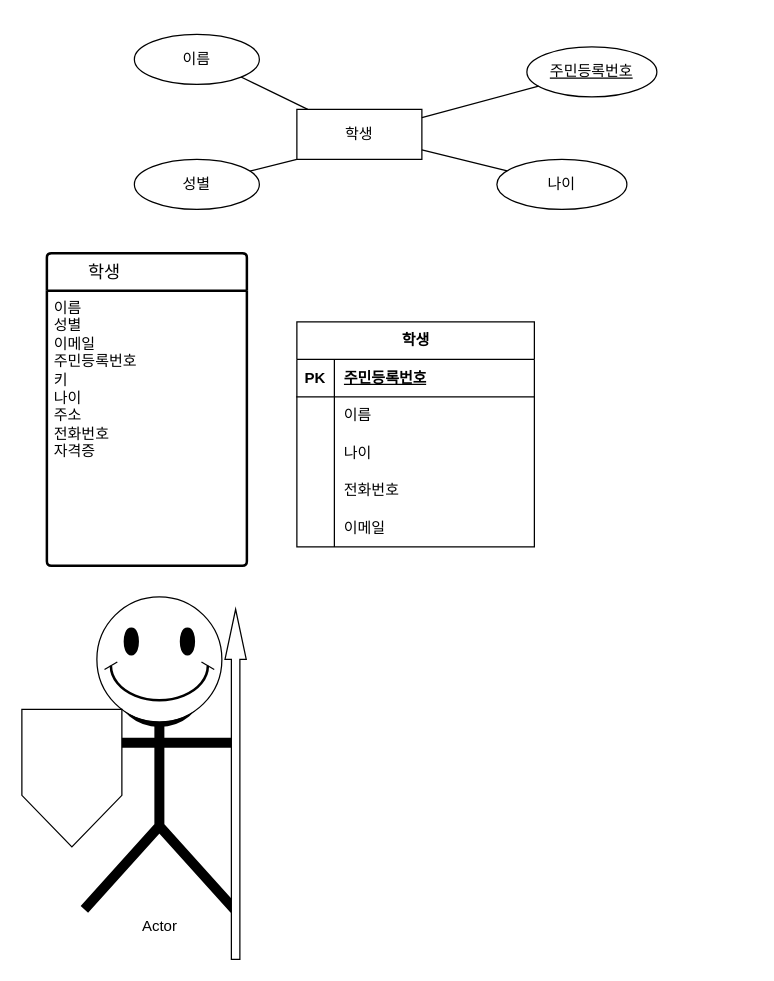
The draw.io diagram mysql.drawio in Joowoogun/Bigdata, before the edit. Source tidied: cells renumbered, new cells numbered last; positions are measured from the earlier drawing's top-left corner, leaving out a move shared by most shapes. Both pictures are drawn from the tidied source at 125%, with x=0, y=0 at pixel (21, 34).
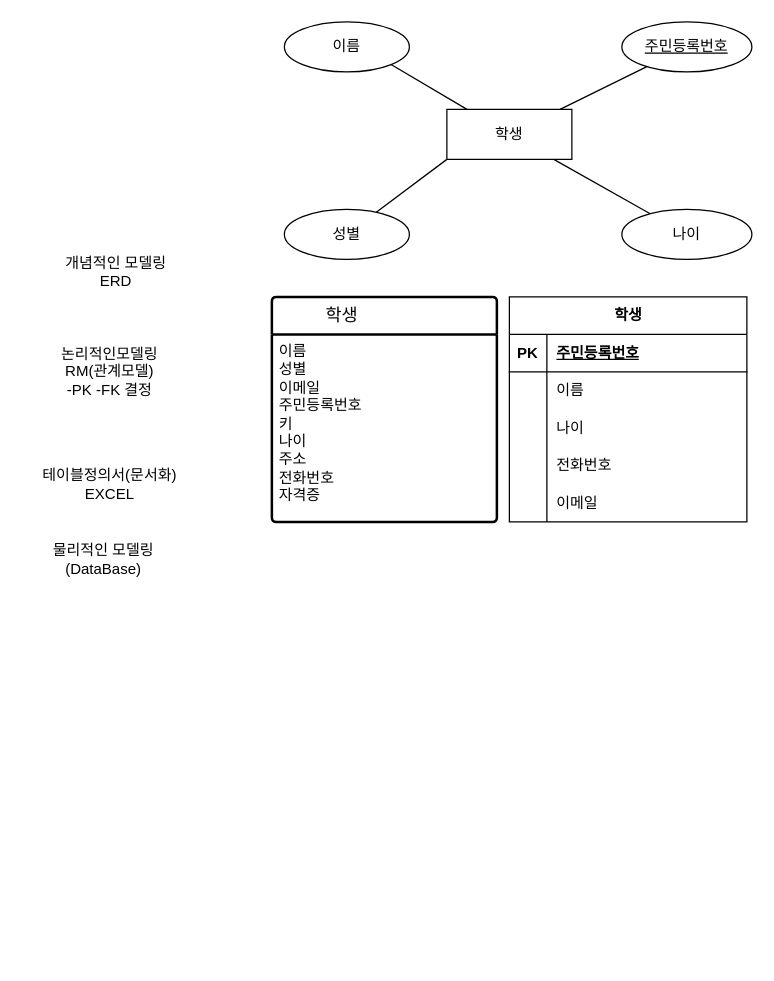
Above is the later version.

Diff of the diagram source:
```diff
@@
     <mxCell id="2" value="나이" style="ellipse;whiteSpace=wrap;html=1;align=center;" parent="1" vertex="1">
-      <mxGeometry x="380" y="100" width="104" height="40" as="geometry" />
+      <mxGeometry x="480" y="140" width="104" height="40" as="geometry" />
     </mxCell>
     <mxCell id="3" value="주민등록번호" style="ellipse;whiteSpace=wrap;html=1;align=center;fontStyle=4;" parent="1" vertex="1">
-      <mxGeometry x="404" y="10" width="104" height="40" as="geometry" />
+      <mxGeometry x="480" y="-10" width="104" height="40" as="geometry" />
     </mxCell>
     <mxCell id="4" value="학생&lt;span style=&quot;white-space: pre;&quot;&gt;&#9;&lt;/span&gt;&lt;span style=&quot;white-space: pre;&quot;&gt;&#9;&lt;/span&gt;&lt;span style=&quot;white-space: pre;&quot;&gt;&#9;&lt;/span&gt;" style="swimlane;horizontal=1;startSize=30;rounded=1;fontSize=14;fontStyle=0;strokeWidth=2;shadow=0;dashed=0;align=center;arcSize=4;whiteSpace=wrap;html=1;" parent="1" vertex="1">
-      <mxGeometry x="20" y="175" width="160" height="250" as="geometry" />
+      <mxGeometry x="200" y="210" width="180" height="180" as="geometry" />
     </mxCell>
     <mxCell id="5" value="이름&lt;br&gt;성별&lt;br&gt;이메일&lt;br&gt;주민등록번호&lt;br&gt;키&lt;br&gt;나이&lt;br&gt;주소&lt;br&gt;전화번호&lt;br&gt;자격증" style="align=left;strokeColor=none;fillColor=none;spacingLeft=4;fontSize=12;verticalAlign=top;html=1;" parent="4" vertex="1">
-      <mxGeometry y="30" width="160" height="220" as="geometry" />
+      <mxGeometry y="30" width="180" height="150" as="geometry" />
     </mxCell>
     <mxCell id="6" value="성별" style="ellipse;whiteSpace=wrap;html=1;align=center;" parent="1" vertex="1">
-      <mxGeometry x="90" y="100" width="100" height="40" as="geometry" />
+      <mxGeometry x="210" y="140" width="100" height="40" as="geometry" />
     </mxCell>
     <mxCell id="7" value="학생" style="shape=table;startSize=30;childLayout=tableLayout;rowLines=0;fontStyle=1;align=center;html=1;" parent="1" vertex="1">
-      <mxGeometry x="220" y="230" width="190" height="180" as="geometry" />
+      <mxGeometry x="390" y="210" width="190" height="180" as="geometry" />
     </mxCell>
@@
     <mxCell id="23" value="학생" style="whiteSpace=wrap;html=1;align=center;" parent="1" vertex="1">
-      <mxGeometry x="220" y="60" width="100" height="40" as="geometry" />
+      <mxGeometry x="340" y="60" width="100" height="40" as="geometry" />
     </mxCell>
     <mxCell id="24" value="이름" style="ellipse;whiteSpace=wrap;html=1;align=center;" parent="1" vertex="1">
-      <mxGeometry x="90" width="100" height="40" as="geometry" />
+      <mxGeometry x="210" y="-10" width="100" height="40" as="geometry" />
     </mxCell>
@@
-    <mxCell id="29" style="group;" parent="1" vertex="1">
-      <mxGeometry y="450" width="179.5" height="290" as="geometry" />
-    </mxCell>
-    <mxCell id="30" style="group;" parent="29" vertex="1">
-      <mxGeometry x="50" width="120" height="250" as="geometry" />
-    </mxCell>
-    <mxCell id="31" value="Actor" style="shape=umlActor;verticalLabelPosition=bottom;verticalAlign=top;html=1;strokeWidth=8;" parent="30" vertex="1">
-      <mxGeometry y="50" width="120" height="200" as="geometry" />
-    </mxCell>
-    <mxCell id="32" style="verticalLabelPosition=bottom;verticalAlign=top;html=1;shape=mxgraph.basic.smiley;" parent="30" vertex="1">
-      <mxGeometry x="10" width="100" height="100" as="geometry" />
-    </mxCell>
-    <mxCell id="33" style="html=1;shadow=0;dashed=0;align=center;verticalAlign=middle;shape=mxgraph.arrows2.arrow;dy=0.6;dx=40;direction=north;notch=0;" parent="29" vertex="1">
-      <mxGeometry x="162.5" y="10" width="17" height="280" as="geometry" />
-    </mxCell>
-    <mxCell id="34" style="shape=offPageConnector;whiteSpace=wrap;html=1;" parent="29" vertex="1">
-      <mxGeometry y="90" width="80" height="110" as="geometry" />
-    </mxCell>
+    <mxCell id="35" value="테이블정의서(문서화)&lt;br&gt;EXCEL&lt;br&gt;" style="text;html=1;align=center;verticalAlign=middle;strokeColor=none;fillColor=none;strokeWidth=1;" parent="1" vertex="1">
+      <mxGeometry y="340" width="140" height="40" as="geometry" />
+    </mxCell>
+    <mxCell id="36" value="논리적인모델링&lt;br&gt;RM(관계모델)&lt;br&gt;-PK -FK 결정" style="text;html=1;align=center;verticalAlign=middle;strokeColor=none;fillColor=none;" parent="1" vertex="1">
+      <mxGeometry x="15" y="240" width="110" height="60" as="geometry" />
+    </mxCell>
+    <mxCell id="37" value="개념적인 모델링&lt;br&gt;ERD&lt;br&gt;" style="text;html=1;align=center;verticalAlign=middle;strokeColor=none;fillColor=none;" parent="1" vertex="1">
+      <mxGeometry x="20" y="170" width="110" height="40" as="geometry" />
+    </mxCell>
+    <mxCell id="38" value="물리적인 모델링&lt;br&gt;(DataBase)&lt;br&gt;" style="text;html=1;align=center;verticalAlign=middle;strokeColor=none;fillColor=none;" parent="1" vertex="1">
+      <mxGeometry x="10" y="400" width="110" height="40" as="geometry" />
+    </mxCell>
```
